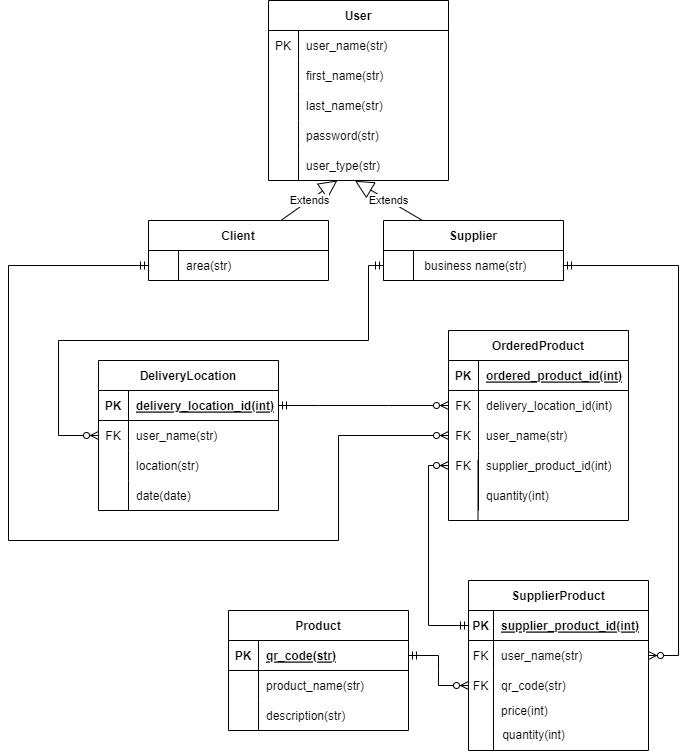
Before: ERD/Entity_Relationship_Diagram.png, a diagram exported from draw.io (redhat-beyond/BuyTogether). Source tidied: cells renumbered, new cells last; positions are measured from the earlier drawing's top-left corner, leaving out a move shared by most shapes.
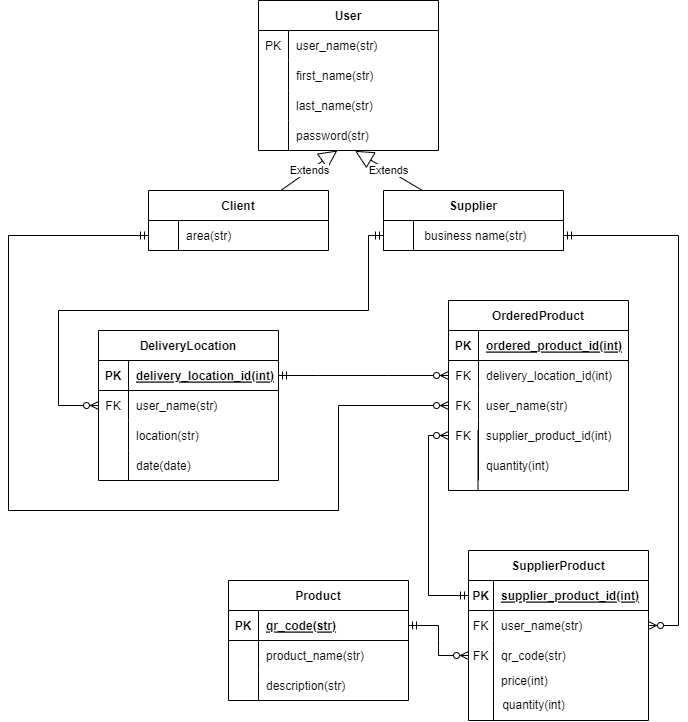
After the commit.

What changed in the source:
```diff
@@ -182,7 +182,7 @@
       </mxGeometry>
     </mxCell>
     <mxCell id="60" value="User" style="shape=table;startSize=30;rowLines=0;fontStyle=1;align=center;" parent="1" vertex="1">
-      <mxGeometry x="260" width="180" height="180" as="geometry" />
+      <mxGeometry x="250" y="30" width="180" height="150" as="geometry" />
     </mxCell>
     <mxCell id="61" style="shape=tableRow;horizontal=0;startSize=0;swimlaneHead=0;swimlaneBody=0;fillColor=none;top=0;left=0;right=0;bottom=0;" parent="60" vertex="1">
       <mxGeometry y="30" width="180" height="30" as="geometry" />
@@ -220,15 +220,6 @@
     <mxCell id="72" value="password(str)" style="shape=partialRectangle;fillColor=none;top=0;left=0;bottom=0;right=0;align=left;spacingLeft=6;overflow=hidden;" parent="70" vertex="1">
       <mxGeometry x="30" width="150" height="30" as="geometry" />
     </mxCell>
-    <mxCell id="73" style="shape=tableRow;horizontal=0;startSize=0;swimlaneHead=0;swimlaneBody=0;fillColor=none;points=[[0,0.5],[1,0.5]];portConstraint=eastwest;top=0;left=0;right=0;bottom=0;" parent="60" vertex="1">
-      <mxGeometry y="150" width="180" height="30" as="geometry" />
-    </mxCell>
-    <mxCell id="74" style="shape=partialRectangle;fillColor=none;top=0;left=0;bottom=0;right=0;overflow=hidden;" parent="73" vertex="1">
-      <mxGeometry width="30" height="30" as="geometry" />
-    </mxCell>
-    <mxCell id="75" value="user_type(str)" style="shape=partialRectangle;fillColor=none;top=0;left=0;bottom=0;right=0;align=left;spacingLeft=6;overflow=hidden;" parent="73" vertex="1">
-      <mxGeometry x="30" width="150" height="30" as="geometry" />
-    </mxCell>
     <mxCell id="76" style="endArrow=none;html=1;rounded=0;curved=1;elbow=vertical;" parent="1" edge="1">
       <mxGeometry relative="1" as="geometry">
         <mxPoint x="485" y="750" as="sourcePoint" />
@@ -290,11 +281,15 @@
         </Array>
       </mxGeometry>
     </mxCell>
-    <mxCell id="86" value="Extends" style="endArrow=block;endSize=16;endFill=0;html=1;rounded=0;" parent="1" edge="1" source="12" target="73">
-      <mxGeometry relative="1" as="geometry" />
+    <mxCell id="86" value="Extends" style="endArrow=block;endSize=16;endFill=0;html=1;rounded=0;" parent="1" edge="1" source="12">
+      <mxGeometry relative="1" as="geometry">
+        <mxPoint x="328.8" y="180" as="targetPoint" />
+      </mxGeometry>
     </mxCell>
-    <mxCell id="87" value="Extends" style="endArrow=block;endSize=16;endFill=0;html=1;rounded=0;entryX=0.481;entryY=1.011;entryDx=0;entryDy=0;entryPerimeter=0;" parent="1" edge="1" source="78" target="73">
-      <mxGeometry relative="1" as="geometry" />
+    <mxCell id="87" value="Extends" style="endArrow=block;endSize=16;endFill=0;html=1;rounded=0;entryX=0.481;entryY=1.011;entryDx=0;entryDy=0;entryPerimeter=0;" parent="1" edge="1" source="78">
+      <mxGeometry relative="1" as="geometry">
+        <mxPoint x="346.6" y="180.3" as="targetPoint" />
+      </mxGeometry>
     </mxCell>
     <mxCell id="88" style="edgeStyle=entityRelationEdgeStyle;fontSize=12;html=1;endArrow=ERzeroToMany;startArrow=ERmandOne;rounded=0;entryX=0;entryY=0.5;entryDx=0;entryDy=0;exitX=1;exitY=0.5;exitDx=0;exitDy=0;" parent="1" edge="1" source="3" target="23">
       <mxGeometry relative="1" as="geometry" />
```
